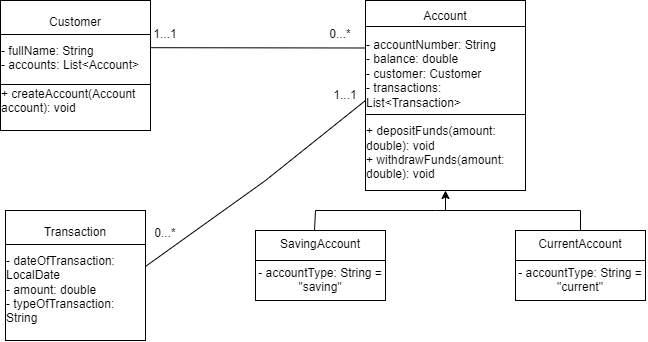
The draw.io diagram diagram.png in boolean-uk/java-tdd-oop-bank-challenge, before a commit. Source tidied: cells renumbered, new cells last; positions are measured from the earlier drawing's top-left corner, leaving out a move shared by most shapes.
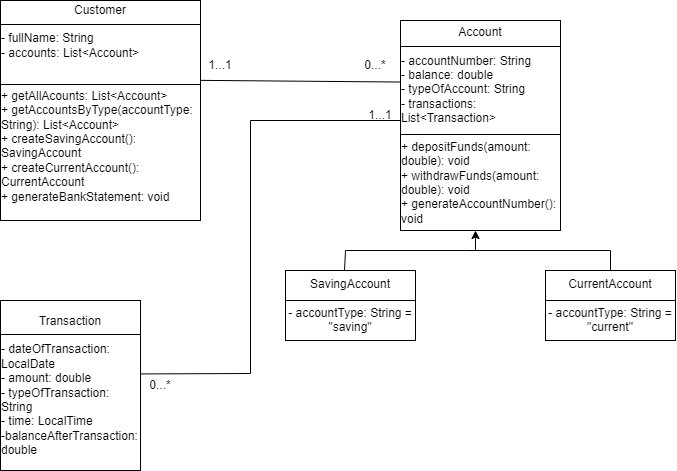
Above is the later version.

Commit message:
domain model & classes diagram changes

The edit, as a diff of the source:
```diff
@@ -2,17 +2,17 @@
   <root>
     <mxCell id="0" />
     <mxCell id="1" parent="0" />
-    <mxCell id="2" value="Customer&lt;br&gt;&lt;br&gt;&lt;div style=&quot;text-align: left;&quot;&gt;&lt;span style=&quot;background-color: initial;&quot;&gt;- fullName: String&lt;/span&gt;&lt;/div&gt;&lt;div style=&quot;text-align: left;&quot;&gt;&lt;span style=&quot;background-color: initial;&quot;&gt;- accounts: List&amp;lt;Account&amp;gt;&lt;/span&gt;&lt;/div&gt;&lt;div style=&quot;text-align: left;&quot;&gt;&lt;br&gt;&lt;/div&gt;&lt;div style=&quot;text-align: left;&quot;&gt;&lt;span style=&quot;background-color: initial;&quot;&gt;+ createAccount(Account account): void&lt;/span&gt;&lt;/div&gt;" style="html=1;whiteSpace=wrap;" parent="1" vertex="1">
-      <mxGeometry width="150" height="130" as="geometry" />
+    <mxCell id="2" value="Customer&lt;br&gt;&lt;br&gt;&lt;div style=&quot;text-align: left;&quot;&gt;&lt;span style=&quot;background-color: initial;&quot;&gt;- fullName: String&lt;/span&gt;&lt;/div&gt;&lt;div style=&quot;text-align: left;&quot;&gt;&lt;span style=&quot;background-color: initial;&quot;&gt;- accounts: List&amp;lt;Account&amp;gt;&lt;/span&gt;&lt;/div&gt;&lt;div style=&quot;text-align: left;&quot;&gt;&lt;br&gt;&lt;/div&gt;&lt;div style=&quot;text-align: left;&quot;&gt;&lt;span style=&quot;background-color: initial;&quot;&gt;&lt;br&gt;+ getAllAcounts: List&amp;lt;Account&amp;gt;&lt;/span&gt;&lt;/div&gt;&lt;div style=&quot;text-align: left;&quot;&gt;&lt;span style=&quot;background-color: initial;&quot;&gt;+ getAccountsByType(accountType: String): List&amp;lt;Account&amp;gt;&lt;/span&gt;&lt;/div&gt;&lt;div style=&quot;text-align: left;&quot;&gt;&lt;span style=&quot;background-color: initial;&quot;&gt;+ createSavingAccount(): SavingAccount&lt;/span&gt;&lt;/div&gt;&lt;div style=&quot;text-align: left;&quot;&gt;&lt;span style=&quot;background-color: initial;&quot;&gt;+ createCurrentAccount():&lt;/span&gt;&lt;/div&gt;&lt;div style=&quot;text-align: left;&quot;&gt;&lt;span style=&quot;background-color: initial;&quot;&gt;CurrentAccount&lt;/span&gt;&lt;/div&gt;&lt;div style=&quot;text-align: left;&quot;&gt;&lt;span style=&quot;background-color: initial;&quot;&gt;+ generateBankStatement: void&lt;/span&gt;&lt;/div&gt;&lt;div style=&quot;text-align: left;&quot;&gt;&lt;span style=&quot;background-color: initial;&quot;&gt;&lt;br&gt;&lt;/span&gt;&lt;/div&gt;" style="html=1;whiteSpace=wrap;" parent="1" vertex="1">
+      <mxGeometry x="-35" y="-20" width="200" height="220" as="geometry" />
     </mxCell>
     <mxCell id="3" style="line;strokeWidth=1;fillColor=none;align=left;verticalAlign=middle;spacingTop=-1;spacingLeft=3;spacingRight=3;labelPosition=right;strokeColor=inherit;" parent="1" vertex="1">
-      <mxGeometry y="30" width="150" height="8" as="geometry" />
+      <mxGeometry x="-35" width="200" height="8" as="geometry" />
     </mxCell>
     <mxCell id="4" style="line;strokeWidth=1;fillColor=none;align=left;verticalAlign=middle;spacingTop=-1;spacingLeft=3;spacingRight=3;labelPosition=right;strokeColor=inherit;" parent="1" vertex="1">
-      <mxGeometry y="80" width="150" height="8" as="geometry" />
+      <mxGeometry x="-35" y="60" width="200" height="8" as="geometry" />
     </mxCell>
-    <mxCell id="5" value="Account&lt;br&gt;&lt;br&gt;&lt;div style=&quot;text-align: left;&quot;&gt;&lt;span style=&quot;background-color: initial;&quot;&gt;- accountNumber: String&lt;/span&gt;&lt;/div&gt;&lt;div style=&quot;text-align: left;&quot;&gt;&lt;span style=&quot;background-color: initial;&quot;&gt;- balance: double&lt;/span&gt;&lt;/div&gt;&lt;div style=&quot;text-align: left;&quot;&gt;&lt;span style=&quot;background-color: initial;&quot;&gt;- customer: Customer&lt;/span&gt;&lt;/div&gt;&lt;div style=&quot;text-align: left;&quot;&gt;&lt;span style=&quot;background-color: initial;&quot;&gt;- transactions: List&amp;lt;Transaction&amp;gt;&lt;/span&gt;&lt;/div&gt;&lt;div style=&quot;text-align: left;&quot;&gt;&lt;span style=&quot;background-color: initial;&quot;&gt;&lt;br&gt;&lt;/span&gt;&lt;/div&gt;&lt;div style=&quot;text-align: left;&quot;&gt;&lt;span style=&quot;background-color: initial;&quot;&gt;+ depositFunds(amount: double): void&lt;/span&gt;&lt;/div&gt;&lt;div style=&quot;text-align: left;&quot;&gt;&lt;span style=&quot;background-color: initial;&quot;&gt;+ withdrawFunds(amount: double): void&lt;/span&gt;&lt;/div&gt;" style="html=1;whiteSpace=wrap;" parent="1" vertex="1">
-      <mxGeometry x="365" width="160" height="190" as="geometry" />
+    <mxCell id="5" value="Account&lt;br&gt;&lt;br&gt;&lt;div style=&quot;text-align: left;&quot;&gt;&lt;span style=&quot;background-color: initial;&quot;&gt;- accountNumber: String&lt;/span&gt;&lt;/div&gt;&lt;div style=&quot;text-align: left;&quot;&gt;&lt;span style=&quot;background-color: initial;&quot;&gt;- balance: double&lt;/span&gt;&lt;/div&gt;&lt;div style=&quot;text-align: left;&quot;&gt;- typeOfAccount: String&lt;/div&gt;&lt;div style=&quot;text-align: left;&quot;&gt;&lt;span style=&quot;background-color: initial;&quot;&gt;- transactions: List&amp;lt;Transaction&amp;gt;&lt;/span&gt;&lt;/div&gt;&lt;div style=&quot;text-align: left;&quot;&gt;&lt;span style=&quot;background-color: initial;&quot;&gt;&lt;br&gt;&lt;/span&gt;&lt;/div&gt;&lt;div style=&quot;text-align: left;&quot;&gt;&lt;span style=&quot;background-color: initial;&quot;&gt;+ depositFunds(amount: double): void&lt;/span&gt;&lt;/div&gt;&lt;div style=&quot;text-align: left;&quot;&gt;&lt;span style=&quot;background-color: initial;&quot;&gt;+ withdrawFunds(amount: double): void&lt;/span&gt;&lt;/div&gt;&lt;div style=&quot;text-align: left;&quot;&gt;&lt;span style=&quot;background-color: initial;&quot;&gt;+ generateAccountNumber(): void&lt;/span&gt;&lt;/div&gt;" style="html=1;whiteSpace=wrap;" parent="1" vertex="1">
+      <mxGeometry x="365" width="160" height="210" as="geometry" />
     </mxCell>
     <mxCell id="6" style="line;strokeWidth=1;fillColor=none;align=left;verticalAlign=middle;spacingTop=-1;spacingLeft=3;spacingRight=3;labelPosition=right;strokeColor=inherit;" parent="1" vertex="1">
       <mxGeometry x="365" y="22" width="160" height="8" as="geometry" />
@@ -21,72 +21,74 @@
       <mxGeometry x="365" y="110" width="160" height="8" as="geometry" />
     </mxCell>
     <mxCell id="8" value="SavingAccount&lt;br&gt;&lt;br&gt;- accountType: String = &quot;saving&quot;" style="html=1;whiteSpace=wrap;" parent="1" vertex="1">
-      <mxGeometry x="255" y="230" width="130" height="70" as="geometry" />
+      <mxGeometry x="250" y="250" width="130" height="70" as="geometry" />
     </mxCell>
     <mxCell id="9" value="CurrentAccount&lt;br&gt;&lt;br&gt;- accountType: String = &quot;current&quot;" style="html=1;whiteSpace=wrap;" parent="1" vertex="1">
-      <mxGeometry x="515" y="230" width="130" height="70" as="geometry" />
+      <mxGeometry x="510" y="250" width="130" height="70" as="geometry" />
     </mxCell>
     <mxCell id="10" style="endArrow=none;html=1;rounded=0;exitX=0.454;exitY=-0.007;exitDx=0;exitDy=0;exitPerimeter=0;" parent="1" edge="1" source="8">
       <mxGeometry relative="1" as="geometry">
-        <mxPoint x="435" y="210" as="targetPoint" />
+        <mxPoint x="430" y="230" as="targetPoint" />
         <Array as="points">
-          <mxPoint x="315" y="210" />
+          <mxPoint x="310" y="230" />
         </Array>
       </mxGeometry>
     </mxCell>
     <mxCell id="11" style="endArrow=none;html=1;rounded=0;entryX=0.5;entryY=0;entryDx=0;entryDy=0;" parent="1" edge="1" target="9">
       <mxGeometry relative="1" as="geometry">
-        <mxPoint x="435" y="210" as="sourcePoint" />
+        <mxPoint x="430" y="230" as="sourcePoint" />
         <Array as="points">
-          <mxPoint x="580" y="210" />
+          <mxPoint x="575" y="230" />
         </Array>
       </mxGeometry>
     </mxCell>
-    <mxCell id="12" style="endArrow=classic;html=1;rounded=0;entryX=0.5;entryY=1;entryDx=0;entryDy=0;" parent="1" edge="1" target="5">
+    <mxCell id="12" style="endArrow=classic;html=1;rounded=0;entryX=0.5;entryY=1;entryDx=0;entryDy=0;" parent="1" edge="1">
       <mxGeometry relative="1" as="geometry">
-        <mxPoint x="445" y="210" as="sourcePoint" />
+        <mxPoint x="440" y="230" as="sourcePoint" />
+        <mxPoint x="440" y="210" as="targetPoint" />
       </mxGeometry>
     </mxCell>
     <mxCell id="13" style="endArrow=none;html=1;rounded=0;exitX=0;exitY=0.5;exitDx=0;exitDy=0;entryX=1;entryY=0.5;entryDx=0;entryDy=0;" parent="1" edge="1">
       <mxGeometry relative="1" as="geometry">
-        <mxPoint x="255" y="260" as="sourcePoint" />
-        <mxPoint x="385" y="260" as="targetPoint" />
+        <mxPoint x="250" y="280" as="sourcePoint" />
+        <mxPoint x="380" y="280" as="targetPoint" />
       </mxGeometry>
     </mxCell>
     <mxCell id="14" style="endArrow=none;html=1;rounded=0;exitX=0;exitY=0.5;exitDx=0;exitDy=0;entryX=1;entryY=0.5;entryDx=0;entryDy=0;" parent="1" edge="1">
       <mxGeometry relative="1" as="geometry">
-        <mxPoint x="515" y="260" as="sourcePoint" />
-        <mxPoint x="645" y="260" as="targetPoint" />
+        <mxPoint x="510" y="280" as="sourcePoint" />
+        <mxPoint x="640" y="280" as="targetPoint" />
       </mxGeometry>
     </mxCell>
-    <mxCell id="15" value="Transaction&lt;br&gt;&lt;br&gt;&lt;div style=&quot;text-align: left;&quot;&gt;&lt;span style=&quot;background-color: initial;&quot;&gt;- dateOfTransaction: LocalDate&lt;/span&gt;&lt;/div&gt;&lt;div style=&quot;text-align: left;&quot;&gt;&lt;span style=&quot;background-color: initial;&quot;&gt;- amount: double&lt;/span&gt;&lt;/div&gt;&lt;div style=&quot;text-align: left;&quot;&gt;&lt;span style=&quot;background-color: initial;&quot;&gt;- typeOfTransaction: String&lt;/span&gt;&lt;/div&gt;" style="html=1;whiteSpace=wrap;" parent="1" vertex="1">
-      <mxGeometry x="5" y="210" width="140" height="130" as="geometry" />
+    <mxCell id="15" value="Transaction&lt;br&gt;&lt;br&gt;&lt;div style=&quot;text-align: left;&quot;&gt;&lt;span style=&quot;background-color: initial;&quot;&gt;- dateOfTransaction: LocalDate&lt;/span&gt;&lt;/div&gt;&lt;div style=&quot;text-align: left;&quot;&gt;&lt;span style=&quot;background-color: initial;&quot;&gt;- amount: double&lt;/span&gt;&lt;/div&gt;&lt;div style=&quot;text-align: left;&quot;&gt;&lt;span style=&quot;background-color: initial;&quot;&gt;- typeOfTransaction: String&lt;/span&gt;&lt;/div&gt;&lt;div style=&quot;text-align: left;&quot;&gt;- time: LocalTime&lt;/div&gt;&lt;div style=&quot;text-align: left;&quot;&gt;-balanceAfterTransaction: double&lt;/div&gt;" style="html=1;whiteSpace=wrap;" parent="1" vertex="1">
+      <mxGeometry x="-35" y="280" width="140" height="170" as="geometry" />
     </mxCell>
     <mxCell id="16" style="line;strokeWidth=1;fillColor=none;align=left;verticalAlign=middle;spacingTop=-1;spacingLeft=3;spacingRight=3;labelPosition=right;strokeColor=inherit;" parent="1" vertex="1">
-      <mxGeometry x="5" y="240" width="140" height="8" as="geometry" />
+      <mxGeometry x="-35" y="310" width="140" height="8" as="geometry" />
     </mxCell>
-    <mxCell id="17" style="endArrow=none;html=1;rounded=0;entryX=0;entryY=0.25;entryDx=0;entryDy=0;exitX=1.002;exitY=0.363;exitDx=0;exitDy=0;exitPerimeter=0;" parent="1" edge="1" source="2" target="5">
+    <mxCell id="17" style="endArrow=none;html=1;rounded=0;entryX=0;entryY=0.293;entryDx=0;entryDy=0;exitX=1.002;exitY=0.363;exitDx=0;exitDy=0;exitPerimeter=0;entryPerimeter=0;" parent="1" edge="1" source="2" target="5">
       <mxGeometry relative="1" as="geometry" />
     </mxCell>
     <mxCell id="18" style="endArrow=none;html=1;rounded=0;exitX=0.998;exitY=0.432;exitDx=0;exitDy=0;exitPerimeter=0;" parent="1" edge="1" source="15">
       <mxGeometry relative="1" as="geometry">
         <mxPoint x="365" y="100" as="targetPoint" />
         <Array as="points">
-          <mxPoint x="265" y="180" />
+          <mxPoint x="215" y="353" />
+          <mxPoint x="215" y="100" />
         </Array>
       </mxGeometry>
     </mxCell>
     <mxCell id="19" value="1...1" style="text;html=1;strokeColor=none;fillColor=none;align=center;verticalAlign=middle;whiteSpace=wrap;rounded=0;" parent="1" vertex="1">
-      <mxGeometry x="135" y="19" width="60" height="30" as="geometry" />
+      <mxGeometry x="155" y="30" width="60" height="30" as="geometry" />
     </mxCell>
     <mxCell id="20" value="0...*" style="text;html=1;strokeColor=none;fillColor=none;align=center;verticalAlign=middle;whiteSpace=wrap;rounded=0;" parent="1" vertex="1">
-      <mxGeometry x="310" y="19" width="60" height="30" as="geometry" />
+      <mxGeometry x="310" y="30" width="60" height="30" as="geometry" />
     </mxCell>
     <mxCell id="21" value="1...1" style="text;html=1;strokeColor=none;fillColor=none;align=center;verticalAlign=middle;whiteSpace=wrap;rounded=0;" parent="1" vertex="1">
       <mxGeometry x="315" y="80" width="60" height="30" as="geometry" />
     </mxCell>
     <mxCell id="22" value="0...*" style="text;html=1;strokeColor=none;fillColor=none;align=center;verticalAlign=middle;whiteSpace=wrap;rounded=0;" parent="1" vertex="1">
-      <mxGeometry x="135" y="218" width="60" height="30" as="geometry" />
+      <mxGeometry x="95" y="350" width="60" height="30" as="geometry" />
     </mxCell>
   </root>
 </mxGraphModel>
```
